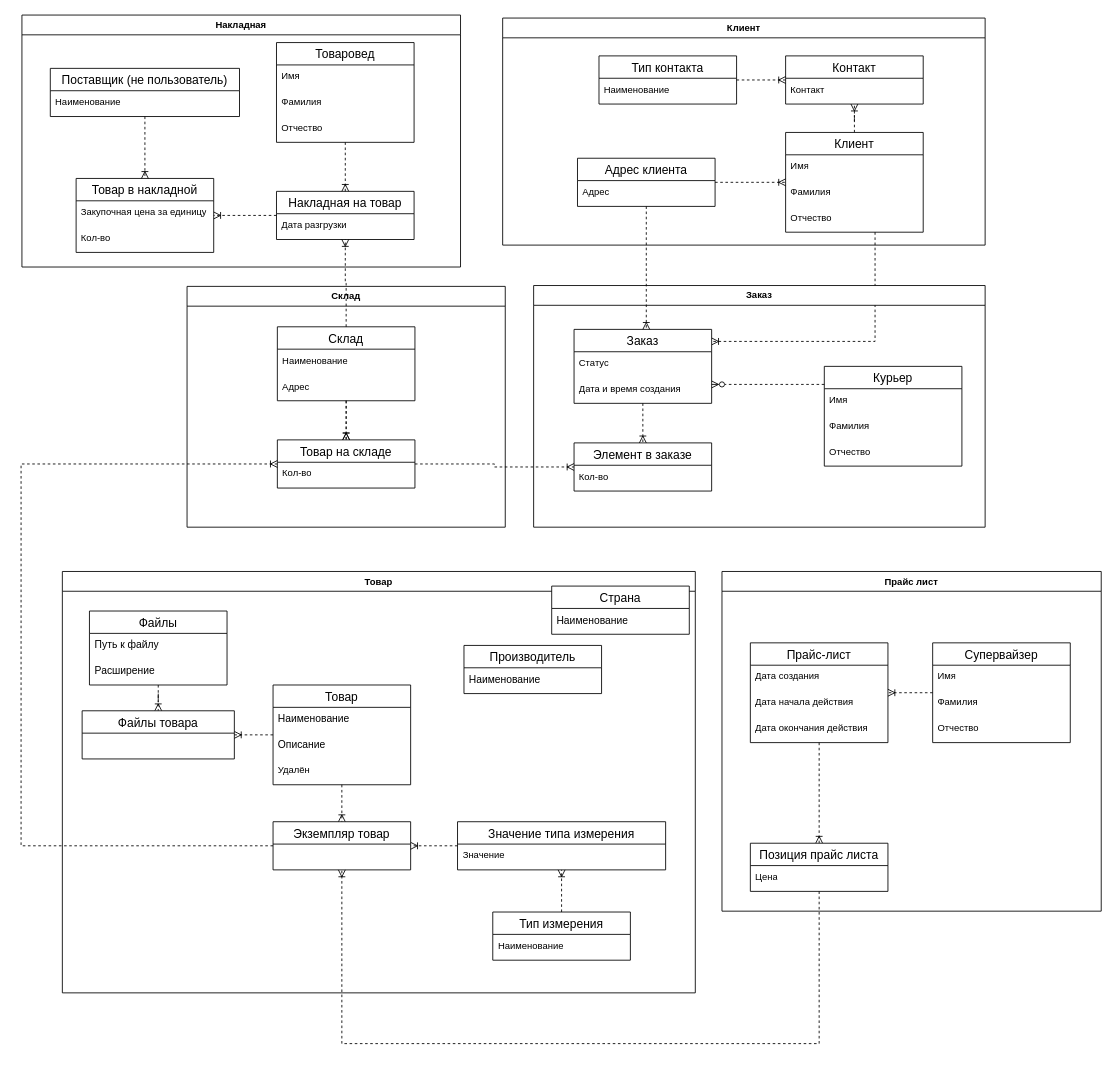
This is Информационно-логическая диаграмма базы данных.drawio from VladZainullin/LiquorStore, a draw.io file, before an edit. Source tidied: cells renumbered, new cells numbered last; positions are measured from the earlier drawing's top-left corner, leaving out a move shared by most shapes. Both pictures are drawn from the tidied source at 86%, with x=0, y=0 at pixel (21, 15).
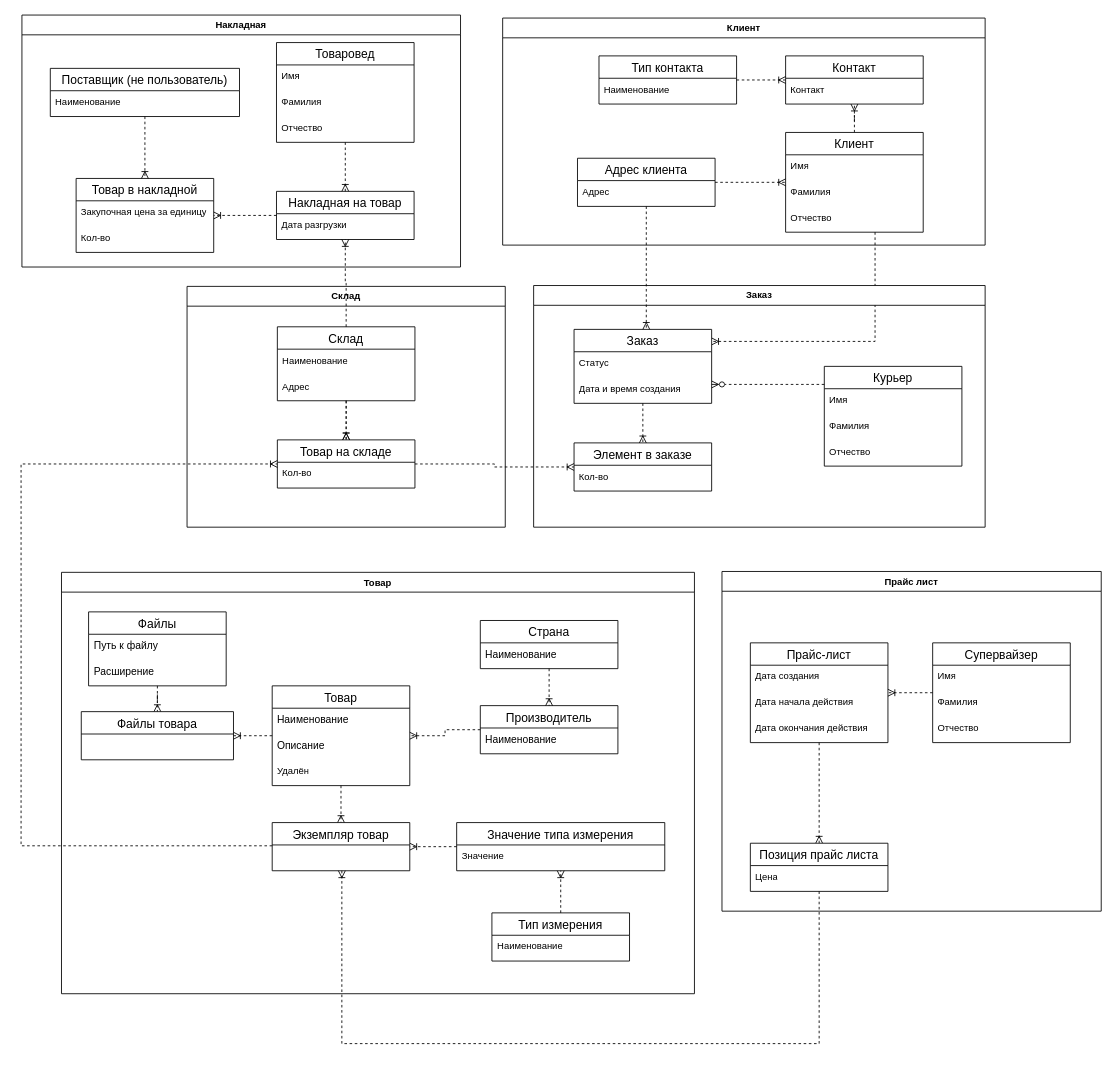
After the change.

The change refers to these unchanged cells:
```xml
<mxCell id="21" value="Товар" style="swimlane;fontStyle=0;horizontal=1;startSize=26;align=center;fontSize=14;" parent="18" vertex="1">
  <mxGeometry x="245" y="132" width="160" height="116" as="geometry" />
</mxCell>
```

What changed in the source:
```diff
@@
     <mxCell id="18" value="Товар" style="swimlane;whiteSpace=wrap;html=1;fontFamily=Helvetica;fontSize=11;fontColor=default;labelBackgroundColor=default;" parent="1" vertex="1">
-      <mxGeometry x="48" y="647" width="736" height="490" as="geometry" />
+      <mxGeometry x="47" y="648" width="736" height="490" as="geometry" />
     </mxCell>
@@
+    <mxCell id="93" style="edgeStyle=orthogonalEdgeStyle;rounded=0;jettySize=auto;html=1;dashed=1;endArrow=ERoneToMany;endFill=0;" parent="18" edge="1" source="37" target="21">
+      <mxGeometry relative="1" as="geometry" />
+    </mxCell>
     <mxCell id="37" value="Производитель" style="swimlane;fontStyle=0;horizontal=1;startSize=26;align=center;fontSize=14;" parent="18" vertex="1">
-      <mxGeometry x="467" y="86" width="160" height="56" as="geometry" />
+      <mxGeometry x="487" y="155" width="160" height="56" as="geometry" />
     </mxCell>
@@
+    <mxCell id="94" style="edgeStyle=orthogonalEdgeStyle;shape=connector;rounded=0;jettySize=auto;html=1;dashed=1;strokeColor=default;align=center;verticalAlign=middle;fontFamily=Helvetica;fontSize=11;fontColor=default;labelBackgroundColor=default;endArrow=ERoneToMany;endFill=0;" parent="18" edge="1" source="39" target="37">
+      <mxGeometry relative="1" as="geometry" />
+    </mxCell>
     <mxCell id="39" value="Страна" style="swimlane;fontStyle=0;horizontal=1;startSize=26;align=center;fontSize=14;" parent="18" vertex="1">
-      <mxGeometry x="569" y="17" width="160" height="56" as="geometry" />
+      <mxGeometry x="487" y="56" width="160" height="56" as="geometry" />
     </mxCell>
```
